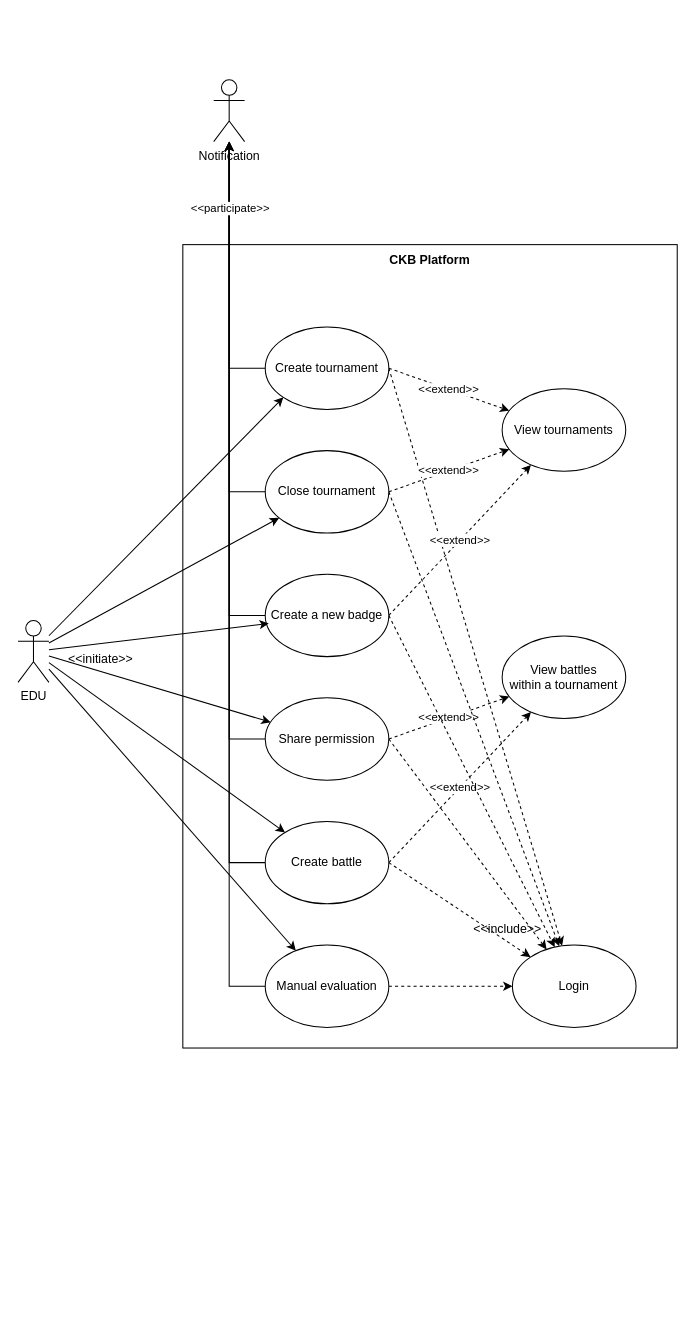
This is page "EDU" (2 of 3) of RASD/images/sequence_diagrams/use_case_diagrams.drawio from pontig/sw-eng-2-PasiniPontiggiaStasi, a draw.io file, before an edit. Source tidied: cells renumbered, new cells numbered last; positions are measured from the earlier drawing's top-left corner, leaving out a move shared by most shapes. Both pictures are drawn from the tidied source at 103%, with x=0, y=0 at pixel (18, 79).
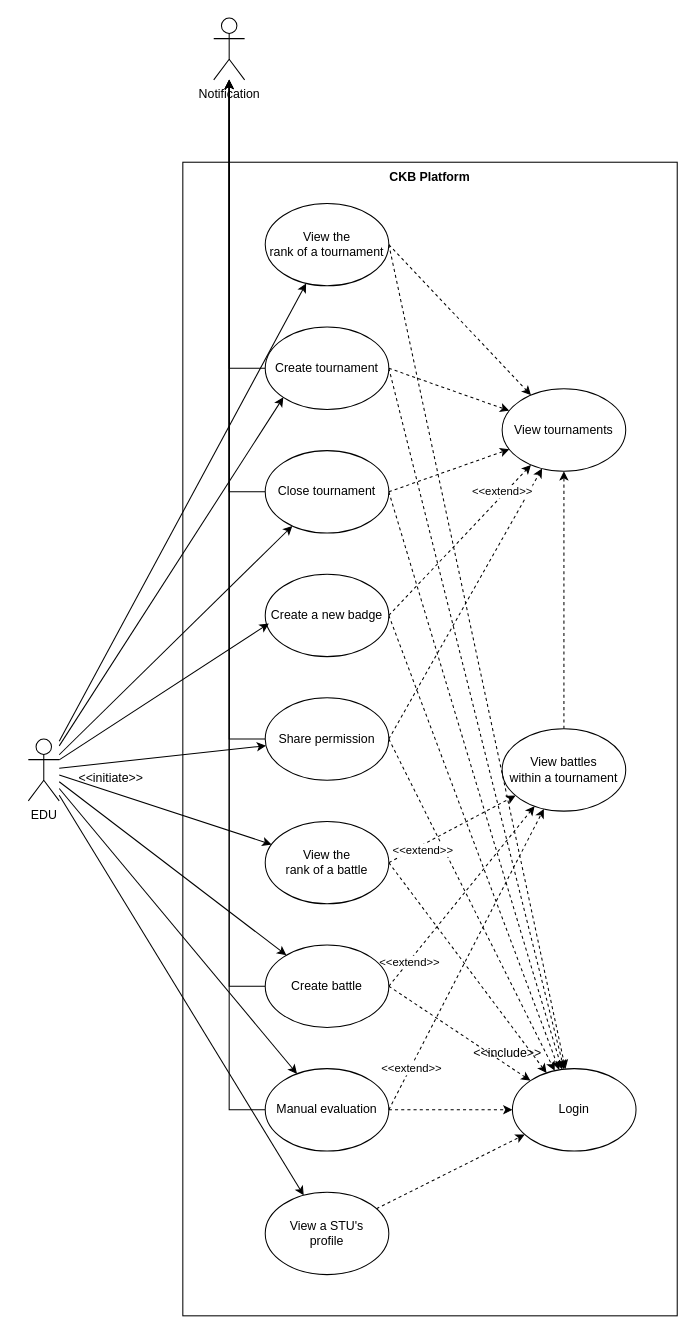
After the change.

Unchanged cells that the change refers to:
```xml
<mxCell id="6" value="Create tournament" style="ellipse;whiteSpace=wrap;html=1;" parent="1" vertex="1">
  <mxGeometry x="240" y="240" width="120" height="80" as="geometry" />
</mxCell>
<mxCell id="14" value="Share permission" style="ellipse;whiteSpace=wrap;html=1;" parent="1" vertex="1">
  <mxGeometry x="240" y="600" width="120" height="80" as="geometry" />
</mxCell>
<mxCell id="21" value="Close tournament" style="ellipse;whiteSpace=wrap;html=1;" parent="1" vertex="1">
  <mxGeometry x="240" y="360" width="120" height="80" as="geometry" />
</mxCell>
<mxCell id="26" value="Create a new badge" style="ellipse;whiteSpace=wrap;html=1;" parent="1" vertex="1">
  <mxGeometry x="240" y="480" width="120" height="80" as="geometry" />
</mxCell>
<mxCell id="28" value="View tournaments" style="ellipse;whiteSpace=wrap;html=1;" parent="1" vertex="1">
  <mxGeometry x="470" y="300" width="120" height="80" as="geometry" />
</mxCell>
```

What changed in the source:
```diff
@@
-    <mxCell id="2" style="rounded=0;whiteSpace=wrap;html=1;fillColor=none;" parent="1" vertex="1">
-      <mxGeometry x="160" y="160" width="480" height="780" as="geometry" />
-    </mxCell>
@@
-    <mxCell id="4" value="&amp;lt;&amp;lt;extend&amp;gt;&amp;gt;" style="rounded=0;jettySize=auto;html=1;exitX=1;exitY=0.5;exitDx=0;exitDy=0;dashed=1;" parent="1" edge="1" source="6" target="28">
-      <mxGeometry relative="1" as="geometry" />
+    <mxCell id="4" style="rounded=0;jettySize=auto;html=1;exitX=1;exitY=0.5;exitDx=0;exitDy=0;dashed=1;" parent="1" edge="1" source="6" target="28">
+      <mxGeometry x="0.53" y="2" relative="1" as="geometry" />
     </mxCell>
@@
     <mxCell id="8" value="&amp;lt;&amp;lt;extend&amp;gt;&amp;gt;" style="edgeStyle=none;rounded=0;jettySize=auto;html=1;exitX=1;exitY=0.5;exitDx=0;exitDy=0;dashed=1;" parent="1" edge="1" source="10" target="29">
-      <mxGeometry relative="1" as="geometry" />
+      <mxGeometry x="-0.72" y="-1" relative="1" as="geometry" />
     </mxCell>
@@
     <mxCell id="10" value="Create battle" style="ellipse;whiteSpace=wrap;html=1;" parent="1" vertex="1">
-      <mxGeometry x="240" y="720" width="120" height="80" as="geometry" />
+      <mxGeometry x="240" y="840" width="120" height="80" as="geometry" />
     </mxCell>
@@
-    <mxCell id="12" value="&amp;lt;&amp;lt;extend&amp;gt;&amp;gt;" style="edgeStyle=none;rounded=0;jettySize=auto;html=1;exitX=1;exitY=0.5;exitDx=0;exitDy=0;dashed=1;" parent="1" edge="1" source="14" target="29">
-      <mxGeometry relative="1" as="geometry" />
+    <mxCell id="12" style="edgeStyle=none;rounded=0;jettySize=auto;html=1;exitX=1;exitY=0.5;exitDx=0;exitDy=0;dashed=1;" parent="1" edge="1" source="14" target="28">
+      <mxGeometry x="0.45" y="-2" relative="1" as="geometry" />
     </mxCell>
@@
     <mxCell id="17" value="Manual evaluation" style="ellipse;whiteSpace=wrap;html=1;" parent="1" vertex="1">
-      <mxGeometry x="240" y="840" width="120" height="80" as="geometry" />
+      <mxGeometry x="240" y="960" width="120" height="80" as="geometry" />
     </mxCell>
@@
-    <mxCell id="19" value="&amp;lt;&amp;lt;extend&amp;gt;&amp;gt;" style="edgeStyle=none;rounded=0;jettySize=auto;html=1;exitX=1;exitY=0.5;exitDx=0;exitDy=0;dashed=1;" parent="1" edge="1" source="21" target="28">
-      <mxGeometry relative="1" as="geometry" />
+    <mxCell id="19" style="edgeStyle=none;rounded=0;jettySize=auto;html=1;exitX=1;exitY=0.5;exitDx=0;exitDy=0;dashed=1;" parent="1" edge="1" source="21" target="28">
+      <mxGeometry x="0.38" y="2" relative="1" as="geometry" />
     </mxCell>
@@
     <mxCell id="23" value="&amp;lt;&amp;lt;extend&amp;gt;&amp;gt;" style="edgeStyle=none;rounded=0;jettySize=auto;html=1;exitX=1;exitY=0.5;exitDx=0;exitDy=0;dashed=1;" parent="1" edge="1" source="26" target="28">
-      <mxGeometry relative="1" as="geometry" />
+      <mxGeometry x="0.62" y="2" relative="1" as="geometry" />
     </mxCell>
-    <mxCell id="24" style="edgeStyle=orthogonalEdgeStyle;rounded=0;jettySize=auto;html=1;" parent="1" edge="1" source="26" target="39">
-      <mxGeometry relative="1" as="geometry" />
-    </mxCell>
-    <mxCell id="25" value="&amp;lt;&amp;lt;participate&amp;gt;&amp;gt;" style="edgeLabel;html=1;align=center;verticalAlign=middle;" parent="24" vertex="1">
-      <mxGeometry x="0.74" relative="1" as="geometry" />
-    </mxCell>
@@
     <mxCell id="27" value="Login" style="ellipse;whiteSpace=wrap;html=1;" parent="1" vertex="1">
-      <mxGeometry x="480" y="840" width="120" height="80" as="geometry" />
+      <mxGeometry x="480" y="960" width="120" height="80" as="geometry" />
     </mxCell>
@@
+    <mxCell id="41" style="edgeStyle=orthogonalEdgeStyle;rounded=0;jettySize=auto;html=1;dashed=1;" parent="1" edge="1" source="29" target="28">
+      <mxGeometry relative="1" as="geometry" />
+    </mxCell>
     <mxCell id="29" value="View battles&lt;br&gt;within a tournament" style="ellipse;whiteSpace=wrap;html=1;" parent="1" vertex="1">
-      <mxGeometry x="470" y="540" width="120" height="80" as="geometry" />
+      <mxGeometry x="470" y="630" width="120" height="80" as="geometry" />
     </mxCell>
     <mxCell id="30" value="&amp;lt;&amp;lt;include&amp;gt;&amp;gt;" style="text;html=1;align=center;verticalAlign=middle;strokeColor=none;fillColor=none;" parent="1" vertex="1">
-      <mxGeometry x="430" y="810" width="90" height="30" as="geometry" />
+      <mxGeometry x="430" y="930" width="90" height="30" as="geometry" />
     </mxCell>
@@
+    <mxCell id="42" style="rounded=0;jettySize=auto;html=1;" parent="1" edge="1" source="36" target="47">
+      <mxGeometry relative="1" as="geometry" />
+    </mxCell>
+    <mxCell id="43" style="rounded=0;jettySize=auto;html=1;" parent="1" edge="1" source="36" target="50">
+      <mxGeometry relative="1" as="geometry" />
+    </mxCell>
+    <mxCell id="44" style="rounded=0;jettySize=auto;html=1;" parent="1" edge="1" source="36" target="53">
+      <mxGeometry relative="1" as="geometry" />
+    </mxCell>
     <mxCell id="36" value="EDU" style="shape=umlActor;verticalLabelPosition=bottom;verticalAlign=top;html=1;outlineConnect=0;" parent="1" vertex="1">
-      <mxGeometry y="525" width="30" height="60" as="geometry" />
+      <mxGeometry x="10" y="640" width="30" height="60" as="geometry" />
     </mxCell>
@@
     <mxCell id="38" value="&amp;lt;&amp;lt;initiate&amp;gt;&amp;gt;" style="text;html=1;align=center;verticalAlign=middle;strokeColor=none;fillColor=none;" parent="1" vertex="1">
-      <mxGeometry x="35" y="548" width="90" height="30" as="geometry" />
+      <mxGeometry x="45" y="663" width="90" height="30" as="geometry" />
     </mxCell>
     <mxCell id="39" value="Notification" style="shape=umlActor;verticalLabelPosition=bottom;verticalAlign=top;html=1;outlineConnect=0;" parent="1" vertex="1">
-      <mxGeometry x="190" width="30" height="60" as="geometry" />
+      <mxGeometry x="190" y="-60" width="30" height="60" as="geometry" />
     </mxCell>
     <mxCell id="40" value="&lt;b&gt;CKB Platform&lt;/b&gt;" style="text;html=1;strokeColor=none;fillColor=none;align=center;verticalAlign=middle;whiteSpace=wrap;rounded=0;" parent="1" vertex="1">
-      <mxGeometry x="160" y="160" width="480" height="30" as="geometry" />
+      <mxGeometry x="160" y="80" width="480" height="30" as="geometry" />
     </mxCell>
+    <mxCell id="45" value="&amp;lt;&amp;lt;extend&amp;gt;&amp;gt;" style="rounded=0;jettySize=auto;html=1;dashed=1;exitX=1;exitY=0.5;exitDx=0;exitDy=0;" parent="1" edge="1" source="47" target="29">
+      <mxGeometry x="-0.5" y="-5" relative="1" as="geometry" />
+    </mxCell>
+    <mxCell id="46" style="rounded=0;jettySize=auto;html=1;dashed=1;exitX=1;exitY=0.5;exitDx=0;exitDy=0;" parent="1" edge="1" source="47" target="27">
+      <mxGeometry relative="1" as="geometry" />
+    </mxCell>
+    <mxCell id="47" value="View the&lt;br&gt;rank of a battle" style="ellipse;whiteSpace=wrap;html=1;" parent="1" vertex="1">
+      <mxGeometry x="240" y="720" width="120" height="80" as="geometry" />
+    </mxCell>
+    <mxCell id="48" style="rounded=0;jettySize=auto;html=1;exitX=1;exitY=0.5;exitDx=0;exitDy=0;dashed=1;" parent="1" edge="1" source="50" target="27">
+      <mxGeometry relative="1" as="geometry" />
+    </mxCell>
+    <mxCell id="49" style="rounded=0;jettySize=auto;html=1;dashed=1;exitX=1;exitY=0.5;exitDx=0;exitDy=0;" parent="1" edge="1" source="50" target="28">
+      <mxGeometry relative="1" as="geometry" />
+    </mxCell>
+    <mxCell id="50" value="View the&lt;br&gt;rank of a tournament" style="ellipse;whiteSpace=wrap;html=1;" parent="1" vertex="1">
+      <mxGeometry x="240" y="120" width="120" height="80" as="geometry" />
+    </mxCell>
+    <mxCell id="51" value="&amp;lt;&amp;lt;extend&amp;gt;&amp;gt;" style="edgeStyle=none;rounded=0;jettySize=auto;html=1;exitX=1;exitY=0.5;exitDx=0;exitDy=0;dashed=1;" parent="1" edge="1" source="17" target="29">
+      <mxGeometry x="-0.72" y="-1" relative="1" as="geometry" />
+    </mxCell>
+    <mxCell id="52" style="rounded=0;jettySize=auto;html=1;dashed=1;" parent="1" edge="1" source="53" target="27">
+      <mxGeometry relative="1" as="geometry" />
+    </mxCell>
+    <mxCell id="53" value="View a STU's&lt;br&gt;profile" style="ellipse;whiteSpace=wrap;html=1;" parent="1" vertex="1">
+      <mxGeometry x="240" y="1080" width="120" height="80" as="geometry" />
+    </mxCell>
+    <mxCell id="54" style="whiteSpace=wrap;html=1;fillColor=none;" parent="1" vertex="1">
+      <mxGeometry x="160" y="80" width="480" height="1120" as="geometry" />
+    </mxCell>
```
